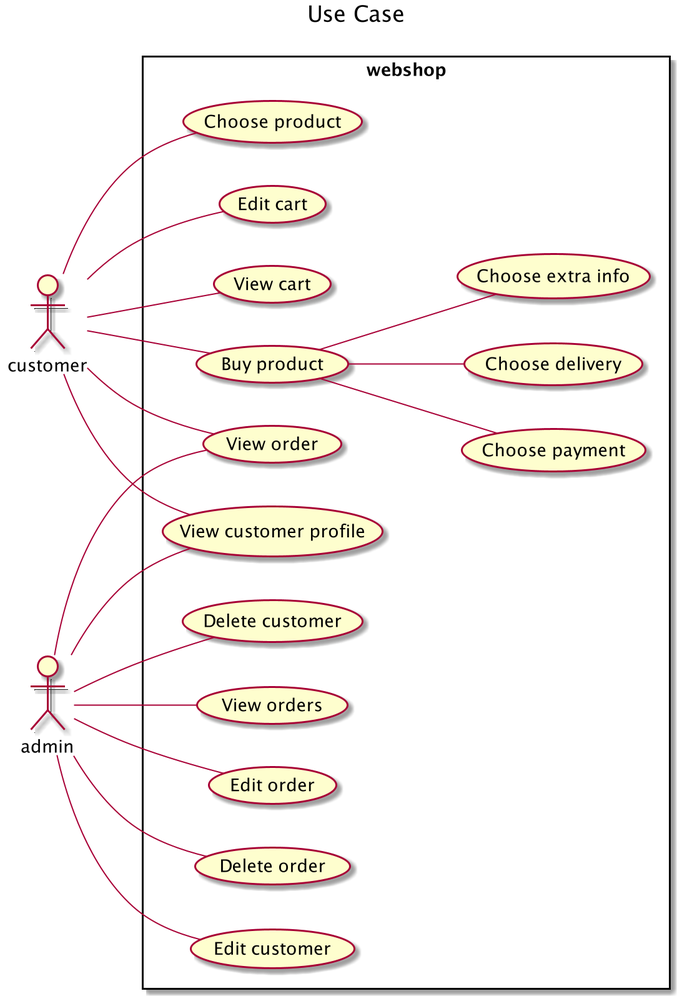
Earlier version of the PlantUML export src/main/UML/CupCake_User_Case.png (ariktwena/CupCake_Onion).
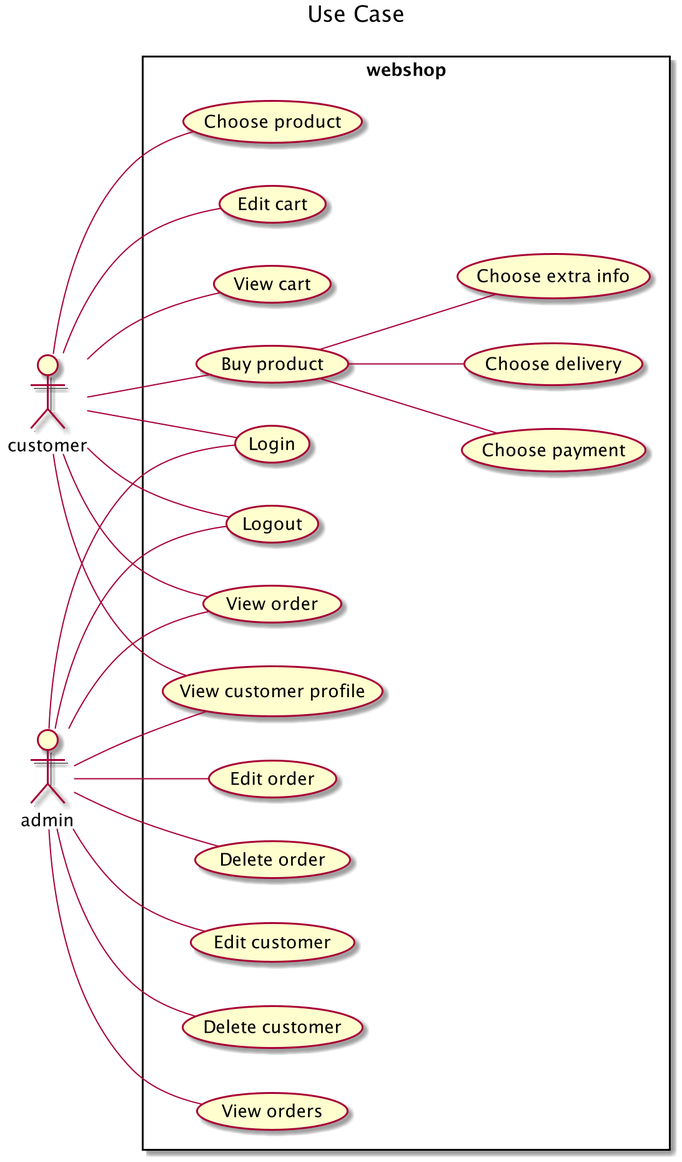
The same diagram one commit later.

What changed in the source:
```diff
@@ -10,6 +10,8 @@
     customer -- (Edit cart)
     customer -- (View cart)
     customer -- (Buy product)
+    customer -- (Login)
+    customer -- (Logout)
     (Buy product) -- (Choose payment)
     (Buy product) -- (Choose delivery)
     (Buy product) -- (Choose extra info)
@@ -24,6 +26,8 @@
     admin -- (View orders)
     admin -- (Edit order)
     admin -- (Delete order)
+    admin -- (Login)
+    admin -- (Logout)
 }
 
 @enduml
```
